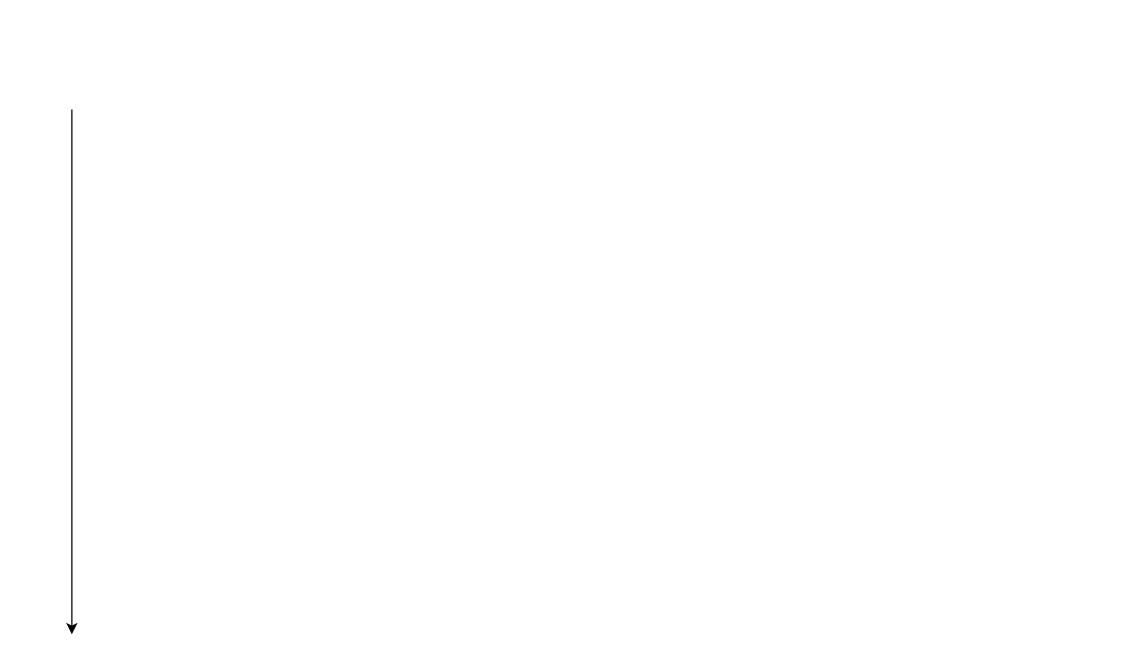
This is 研发流程.drawio from ForLina/egf_config, a draw.io file, before an edit. Source tidied: cells renumbered, new cells numbered last; positions are measured from the earlier drawing's top-left corner, leaving out a move shared by most shapes. Both pictures are drawn from the tidied source at 125%, with x=0, y=0 at pixel (71, 109).
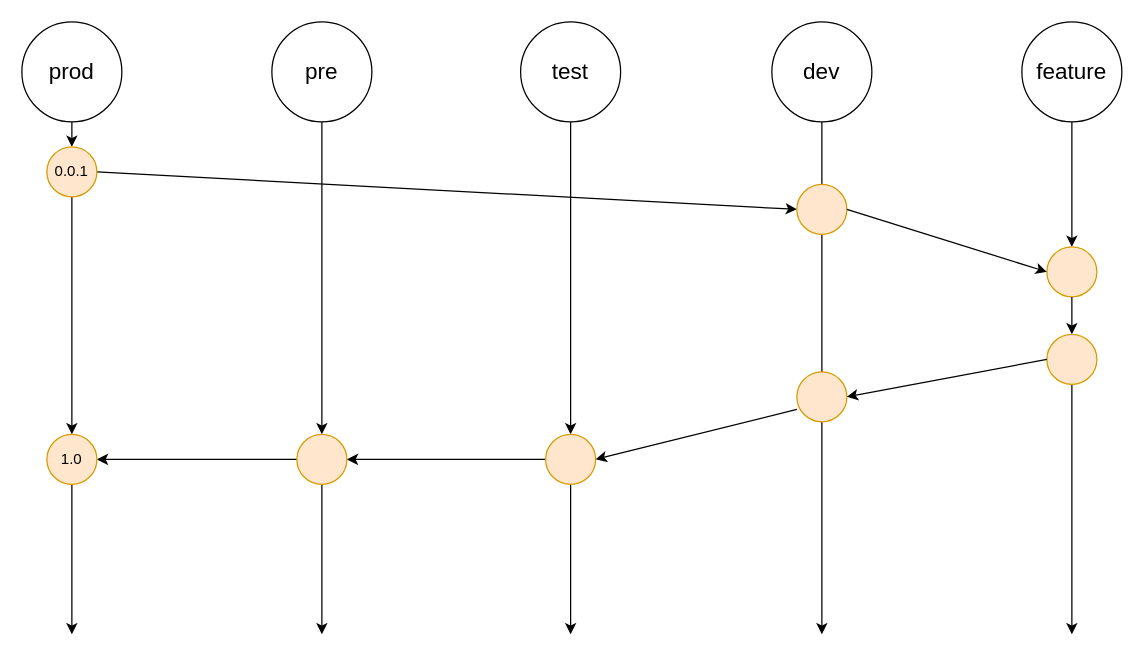
The same page after the edit.

Commit message:
更新研发流程.drawio

Change to the diagram source:
```diff
@@
-    <mxCell id="6" style="endArrow=classic;html=1;rounded=0;" parent="1" edge="1">
+    <mxCell id="6" style="endArrow=classic;html=1;rounded=0;" parent="1" edge="1" source="33">
       <mxGeometry relative="1" as="geometry">
-        <mxPoint as="sourcePoint" />
         <mxPoint y="420" as="targetPoint" />
       </mxGeometry>
     </mxCell>
+    <mxCell id="7" value="&lt;font style=&quot;font-size: 18px;&quot;&gt;prod&lt;/font&gt;" style="ellipse;whiteSpace=wrap;html=1;" parent="1" vertex="1">
+      <mxGeometry x="-40" y="-70" width="80" height="80" as="geometry" />
+    </mxCell>
+    <mxCell id="8" style="endArrow=classic;html=1;rounded=0;" parent="1" edge="1" source="31">
+      <mxGeometry relative="1" as="geometry">
+        <mxPoint x="200" y="420" as="targetPoint" />
+      </mxGeometry>
+    </mxCell>
+    <mxCell id="9" value="&lt;font style=&quot;font-size: 18px;&quot;&gt;pre&lt;/font&gt;" style="ellipse;whiteSpace=wrap;html=1;" parent="1" vertex="1">
+      <mxGeometry x="160" y="-70" width="80" height="80" as="geometry" />
+    </mxCell>
+    <mxCell id="10" style="endArrow=classic;html=1;rounded=0;" parent="1" edge="1" source="27">
+      <mxGeometry relative="1" as="geometry">
+        <mxPoint x="399" y="420" as="targetPoint" />
+      </mxGeometry>
+    </mxCell>
+    <mxCell id="11" value="&lt;font style=&quot;font-size: 18px;&quot;&gt;test&lt;/font&gt;" style="ellipse;whiteSpace=wrap;html=1;" parent="1" vertex="1">
+      <mxGeometry x="359" y="-70" width="80" height="80" as="geometry" />
+    </mxCell>
+    <mxCell id="12" style="endArrow=classic;html=1;rounded=0;" parent="1" edge="1">
+      <mxGeometry relative="1" as="geometry">
+        <mxPoint x="600" as="sourcePoint" />
+        <mxPoint x="600" y="420" as="targetPoint" />
+      </mxGeometry>
+    </mxCell>
+    <mxCell id="13" value="&lt;font style=&quot;font-size: 18px;&quot;&gt;dev&lt;/font&gt;" style="ellipse;whiteSpace=wrap;html=1;" parent="1" vertex="1">
+      <mxGeometry x="560" y="-70" width="80" height="80" as="geometry" />
+    </mxCell>
+    <mxCell id="14" style="endArrow=classic;html=1;rounded=0;" parent="1" edge="1" source="22">
+      <mxGeometry relative="1" as="geometry">
+        <mxPoint x="800" y="420" as="targetPoint" />
+      </mxGeometry>
+    </mxCell>
+    <mxCell id="15" value="&lt;font style=&quot;font-size: 18px;&quot;&gt;feature&lt;/font&gt;" style="ellipse;whiteSpace=wrap;html=1;" parent="1" vertex="1">
+      <mxGeometry x="760" y="-70" width="80" height="80" as="geometry" />
+    </mxCell>
+    <mxCell id="16" style="endArrow=classic;html=1;rounded=0;entryX=0;entryY=0.5;entryDx=0;entryDy=0;exitX=1;exitY=0.5;exitDx=0;exitDy=0;" parent="1" edge="1" source="35" target="17">
+      <mxGeometry relative="1" as="geometry" />
+    </mxCell>
+    <mxCell id="17" style="ellipse;whiteSpace=wrap;html=1;fillStyle=solid;fillColor=#ffe6cc;strokeColor=#d79b00;" parent="1" vertex="1">
+      <mxGeometry x="580" y="60" width="40" height="40" as="geometry" />
+    </mxCell>
+    <mxCell id="18" style="endArrow=classic;html=1;rounded=0;exitX=0.5;exitY=1;exitDx=0;exitDy=0;" parent="1" edge="1" source="15" target="19">
+      <mxGeometry relative="1" as="geometry" />
+    </mxCell>
+    <mxCell id="19" style="ellipse;whiteSpace=wrap;html=1;fillStyle=solid;fillColor=#ffe6cc;strokeColor=#d79b00;" parent="1" vertex="1">
+      <mxGeometry x="780" y="110" width="40" height="40" as="geometry" />
+    </mxCell>
+    <mxCell id="20" style="endArrow=classic;html=1;rounded=0;entryX=0;entryY=0.5;entryDx=0;entryDy=0;" parent="1" edge="1" target="19">
+      <mxGeometry relative="1" as="geometry">
+        <mxPoint x="620" y="80" as="sourcePoint" />
+      </mxGeometry>
+    </mxCell>
+    <mxCell id="21" style="endArrow=classic;html=1;rounded=0;" parent="1" edge="1" source="19" target="22">
+      <mxGeometry relative="1" as="geometry" />
+    </mxCell>
+    <mxCell id="22" style="ellipse;whiteSpace=wrap;html=1;fillStyle=solid;fillColor=#ffe6cc;strokeColor=#d79b00;" parent="1" vertex="1">
+      <mxGeometry x="780" y="180" width="40" height="40" as="geometry" />
+    </mxCell>
+    <mxCell id="23" style="ellipse;whiteSpace=wrap;html=1;fillStyle=solid;fillColor=#ffe6cc;strokeColor=#d79b00;" parent="1" vertex="1">
+      <mxGeometry x="580" y="210" width="40" height="40" as="geometry" />
+    </mxCell>
+    <mxCell id="24" style="endArrow=classic;html=1;rounded=0;exitX=0;exitY=0.5;exitDx=0;exitDy=0;entryX=1;entryY=0.5;entryDx=0;entryDy=0;" parent="1" edge="1" source="22" target="23">
+      <mxGeometry relative="1" as="geometry" />
+    </mxCell>
+    <mxCell id="25" style="endArrow=classic;html=1;rounded=0;exitX=0.5;exitY=1;exitDx=0;exitDy=0;" parent="1" edge="1" source="11" target="27">
+      <mxGeometry relative="1" as="geometry" />
+    </mxCell>
+    <mxCell id="26" style="edgeStyle=orthogonalEdgeStyle;rounded=0;jettySize=auto;html=1;" parent="1" edge="1" source="27" target="31">
+      <mxGeometry relative="1" as="geometry" />
+    </mxCell>
+    <mxCell id="27" style="ellipse;whiteSpace=wrap;html=1;fillStyle=solid;fillColor=#ffe6cc;strokeColor=#d79b00;" parent="1" vertex="1">
+      <mxGeometry x="379" y="260" width="40" height="40" as="geometry" />
+    </mxCell>
+    <mxCell id="28" style="endArrow=classic;html=1;rounded=0;entryX=1;entryY=0.5;entryDx=0;entryDy=0;" parent="1" edge="1" target="27">
+      <mxGeometry relative="1" as="geometry">
+        <mxPoint x="580" y="240" as="sourcePoint" />
+      </mxGeometry>
+    </mxCell>
+    <mxCell id="29" style="endArrow=classic;html=1;rounded=0;" parent="1" edge="1" target="31">
+      <mxGeometry relative="1" as="geometry">
+        <mxPoint x="200" y="10" as="sourcePoint" />
+      </mxGeometry>
+    </mxCell>
+    <mxCell id="30" style="edgeStyle=orthogonalEdgeStyle;rounded=0;jettySize=auto;html=1;" parent="1" edge="1" source="31" target="33">
+      <mxGeometry relative="1" as="geometry" />
+    </mxCell>
+    <mxCell id="31" style="ellipse;whiteSpace=wrap;html=1;fillStyle=solid;fillColor=#ffe6cc;strokeColor=#d79b00;" parent="1" vertex="1">
+      <mxGeometry x="180" y="260" width="40" height="40" as="geometry" />
+    </mxCell>
+    <mxCell id="32" style="endArrow=classic;html=1;rounded=0;" parent="1" edge="1" source="35" target="33">
+      <mxGeometry relative="1" as="geometry" />
+    </mxCell>
+    <mxCell id="33" value="1.0" style="ellipse;whiteSpace=wrap;html=1;fillStyle=solid;fillColor=#ffe6cc;strokeColor=#d79b00;" parent="1" vertex="1">
+      <mxGeometry x="-20" y="260" width="40" height="40" as="geometry" />
+    </mxCell>
+    <mxCell id="34" style="endArrow=classic;html=1;rounded=0;" parent="1" edge="1" target="35">
+      <mxGeometry relative="1" as="geometry">
+        <mxPoint y="10" as="sourcePoint" />
+      </mxGeometry>
+    </mxCell>
+    <mxCell id="35" value="0.0.1" style="ellipse;whiteSpace=wrap;html=1;fillStyle=solid;fillColor=#ffe6cc;strokeColor=#d79b00;" parent="1" vertex="1">
+      <mxGeometry x="-20" y="30" width="40" height="40" as="geometry" />
+    </mxCell>
```
